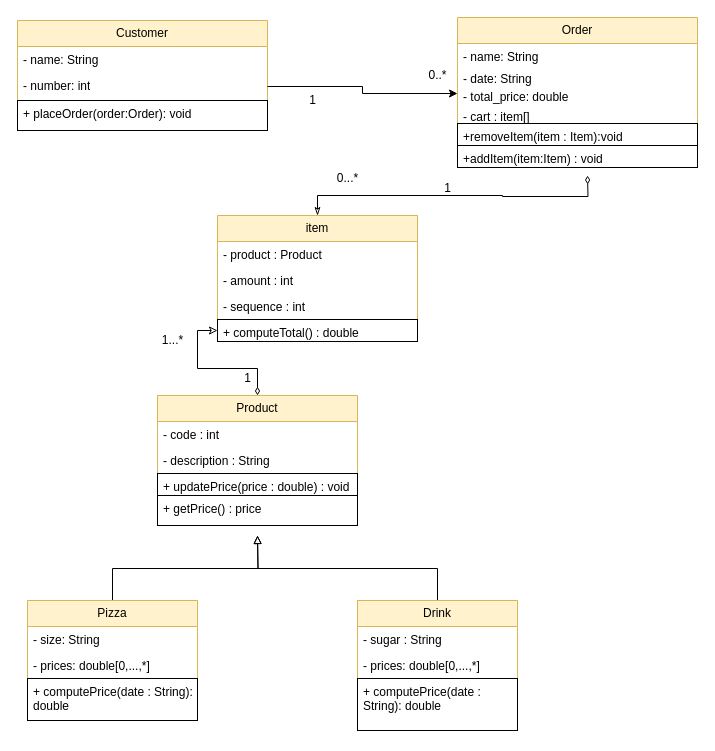
The draw.io diagram Q1B.drawio in Noah-B-Reef/CS-3560-Homework-3, before the edit. Source tidied: cells renumbered, new cells numbered last; positions are measured from the earlier drawing's top-left corner, leaving out a move shared by most shapes. Both pictures are drawn from the tidied source at 100%, with x=0, y=0 at pixel (17, 17).
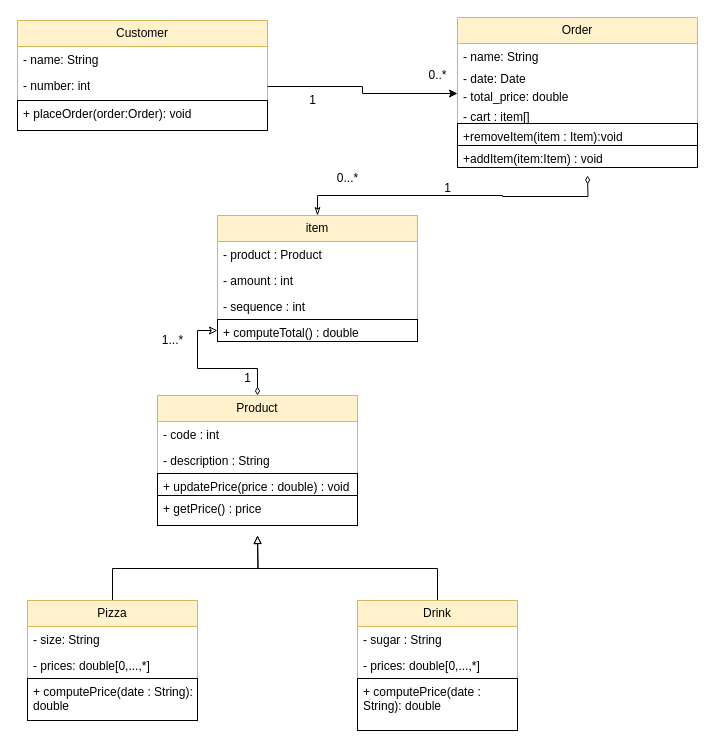
After the change.

Unchanged cells that the change refers to:
```xml
<mxCell id="6" value="Order" style="swimlane;fontStyle=0;horizontal=1;startSize=26;fillColor=#fff2cc;whiteSpace=wrap;html=1;strokeColor=#d6b656;" parent="1" vertex="1">
  <mxGeometry x="440" width="240" height="106" as="geometry" />
</mxCell>
```

What changed in the source:
```diff
@@
-    <mxCell id="8" value="- date: String" style="text;strokeColor=none;fillColor=none;align=left;verticalAlign=top;spacingLeft=4;spacingRight=4;overflow=hidden;whiteSpace=wrap;html=1;" parent="6" vertex="1">
+    <mxCell id="8" value="- date: Date" style="text;strokeColor=none;fillColor=none;align=left;verticalAlign=top;spacingLeft=4;spacingRight=4;overflow=hidden;whiteSpace=wrap;html=1;" parent="6" vertex="1">
       <mxGeometry y="48" width="240" height="18" as="geometry" />
     </mxCell>
```
